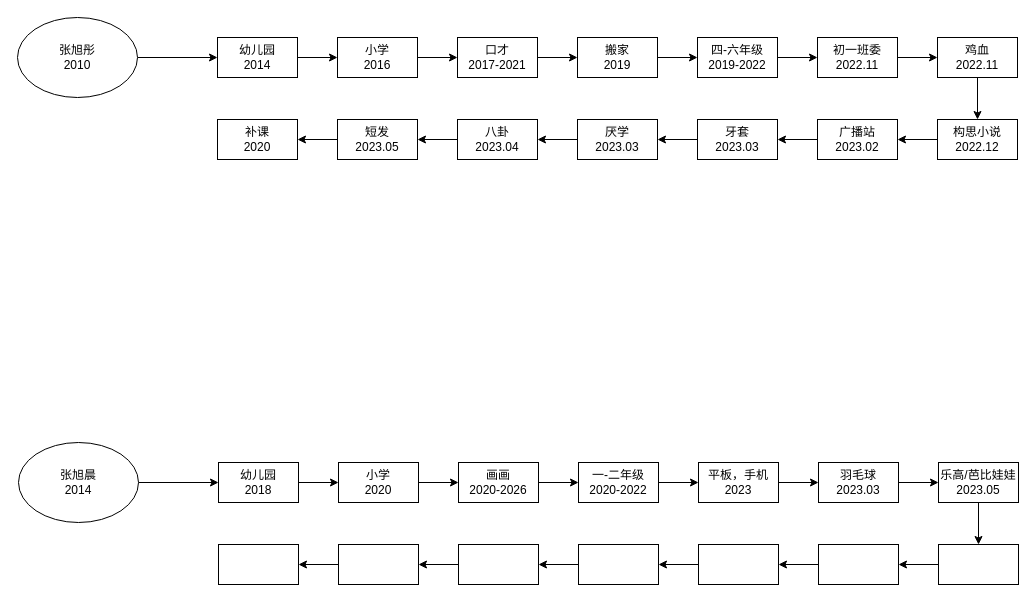
Above: page "画像-侄女" (8 of 8) of Fig_CS/Figure-Factory.drawio in jizhang02/Figure-Factory (draw.io), before the change. Source tidied: cells renumbered, new cells numbered last; positions are measured from the earlier drawing's top-left corner, leaving out a move shared by most shapes. Both pictures are drawn from the tidied source at 100%, with x=0, y=0 at pixel (17, 17).
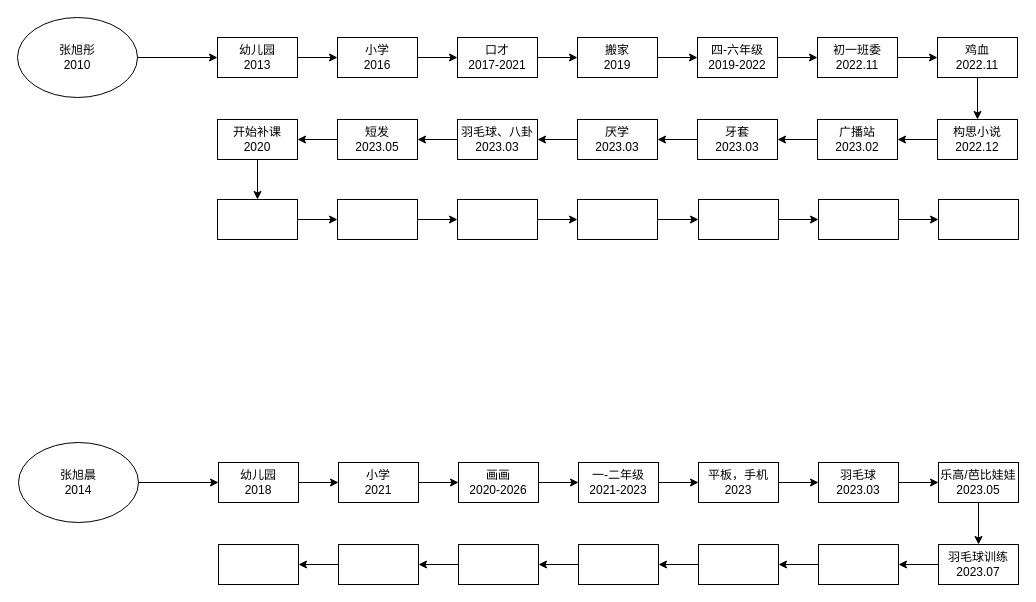
The same page after the edit.

Diff of the diagram source:
```diff
@@
-    <mxCell id="21" value="八卦&lt;br style=&quot;border-color: var(--border-color);&quot;&gt;2023.04" style="rounded=0;whiteSpace=wrap;html=1;" parent="1" vertex="1">
+    <mxCell id="21" value="羽毛球、八卦&lt;br style=&quot;border-color: var(--border-color);&quot;&gt;2023.03" style="rounded=0;whiteSpace=wrap;html=1;" parent="1" vertex="1">
       <mxGeometry x="440" y="102" width="80" height="40" as="geometry" />
     </mxCell>
@@
-    <mxCell id="29" value="幼儿园&lt;br&gt;2014" style="rounded=0;whiteSpace=wrap;html=1;" parent="1" vertex="1">
+    <mxCell id="29" value="幼儿园&lt;br&gt;2013" style="rounded=0;whiteSpace=wrap;html=1;" parent="1" vertex="1">
       <mxGeometry x="200" y="20" width="80" height="40" as="geometry" />
     </mxCell>
+    <mxCell id="60" style="edgeStyle=orthogonalEdgeStyle;rounded=0;jettySize=auto;html=1;" parent="1" edge="1" source="30" target="62">
+      <mxGeometry relative="1" as="geometry" />
+    </mxCell>
-    <mxCell id="30" value="补课&lt;br&gt;2020" style="rounded=0;whiteSpace=wrap;html=1;" parent="1" vertex="1">
+    <mxCell id="30" value="开始补课&lt;br&gt;2020" style="rounded=0;whiteSpace=wrap;html=1;" parent="1" vertex="1">
       <mxGeometry x="200" y="102" width="80" height="40" as="geometry" />
     </mxCell>
@@
-    <mxCell id="34" style="rounded=0;whiteSpace=wrap;html=1;" parent="1" vertex="1">
+    <mxCell id="34" value="羽毛球训练&lt;br style=&quot;border-color: var(--border-color);&quot;&gt;2023.07" style="rounded=0;whiteSpace=wrap;html=1;" parent="1" vertex="1">
       <mxGeometry x="921" y="527" width="80" height="40" as="geometry" />
     </mxCell>
@@
-    <mxCell id="42" value="一-二年级&lt;br&gt;2020-2022" style="rounded=0;whiteSpace=wrap;html=1;" parent="1" vertex="1">
+    <mxCell id="42" value="一-二年级&lt;br&gt;2021-2023" style="rounded=0;whiteSpace=wrap;html=1;" parent="1" vertex="1">
       <mxGeometry x="561" y="445" width="80" height="40" as="geometry" />
     </mxCell>
@@
-    <mxCell id="56" value="小学&lt;br&gt;2020" style="rounded=0;whiteSpace=wrap;html=1;" parent="1" vertex="1">
+    <mxCell id="56" value="小学&lt;br&gt;2021" style="rounded=0;whiteSpace=wrap;html=1;" parent="1" vertex="1">
       <mxGeometry x="321" y="445" width="80" height="40" as="geometry" />
     </mxCell>
@@
+    <mxCell id="61" style="edgeStyle=orthogonalEdgeStyle;rounded=0;jettySize=auto;html=1;" parent="1" edge="1" source="62" target="64">
+      <mxGeometry relative="1" as="geometry" />
+    </mxCell>
+    <mxCell id="62" style="rounded=0;whiteSpace=wrap;html=1;" parent="1" vertex="1">
+      <mxGeometry x="200" y="182" width="80" height="40" as="geometry" />
+    </mxCell>
+    <mxCell id="63" style="edgeStyle=orthogonalEdgeStyle;rounded=0;jettySize=auto;html=1;" parent="1" edge="1" source="64" target="66">
+      <mxGeometry relative="1" as="geometry" />
+    </mxCell>
+    <mxCell id="64" style="rounded=0;whiteSpace=wrap;html=1;" parent="1" vertex="1">
+      <mxGeometry x="320" y="182" width="80" height="40" as="geometry" />
+    </mxCell>
+    <mxCell id="65" style="edgeStyle=orthogonalEdgeStyle;rounded=0;jettySize=auto;html=1;" parent="1" edge="1" source="66" target="68">
+      <mxGeometry relative="1" as="geometry" />
+    </mxCell>
+    <mxCell id="66" style="rounded=0;whiteSpace=wrap;html=1;" parent="1" vertex="1">
+      <mxGeometry x="440" y="182" width="80" height="40" as="geometry" />
+    </mxCell>
+    <mxCell id="67" style="edgeStyle=orthogonalEdgeStyle;rounded=0;jettySize=auto;html=1;" parent="1" edge="1" source="68" target="70">
+      <mxGeometry relative="1" as="geometry" />
+    </mxCell>
+    <mxCell id="68" style="rounded=0;whiteSpace=wrap;html=1;" parent="1" vertex="1">
+      <mxGeometry x="560" y="182" width="80" height="40" as="geometry" />
+    </mxCell>
+    <mxCell id="69" style="edgeStyle=orthogonalEdgeStyle;rounded=0;jettySize=auto;html=1;" parent="1" edge="1" source="70" target="72">
+      <mxGeometry relative="1" as="geometry" />
+    </mxCell>
+    <mxCell id="70" style="rounded=0;whiteSpace=wrap;html=1;" parent="1" vertex="1">
+      <mxGeometry x="681" y="182" width="80" height="40" as="geometry" />
+    </mxCell>
+    <mxCell id="71" style="edgeStyle=orthogonalEdgeStyle;rounded=0;jettySize=auto;html=1;" parent="1" edge="1" source="72" target="73">
+      <mxGeometry relative="1" as="geometry" />
+    </mxCell>
+    <mxCell id="72" style="rounded=0;whiteSpace=wrap;html=1;" parent="1" vertex="1">
+      <mxGeometry x="801" y="182" width="80" height="40" as="geometry" />
+    </mxCell>
+    <mxCell id="73" style="rounded=0;whiteSpace=wrap;html=1;" parent="1" vertex="1">
+      <mxGeometry x="921" y="182" width="80" height="40" as="geometry" />
+    </mxCell>
```
